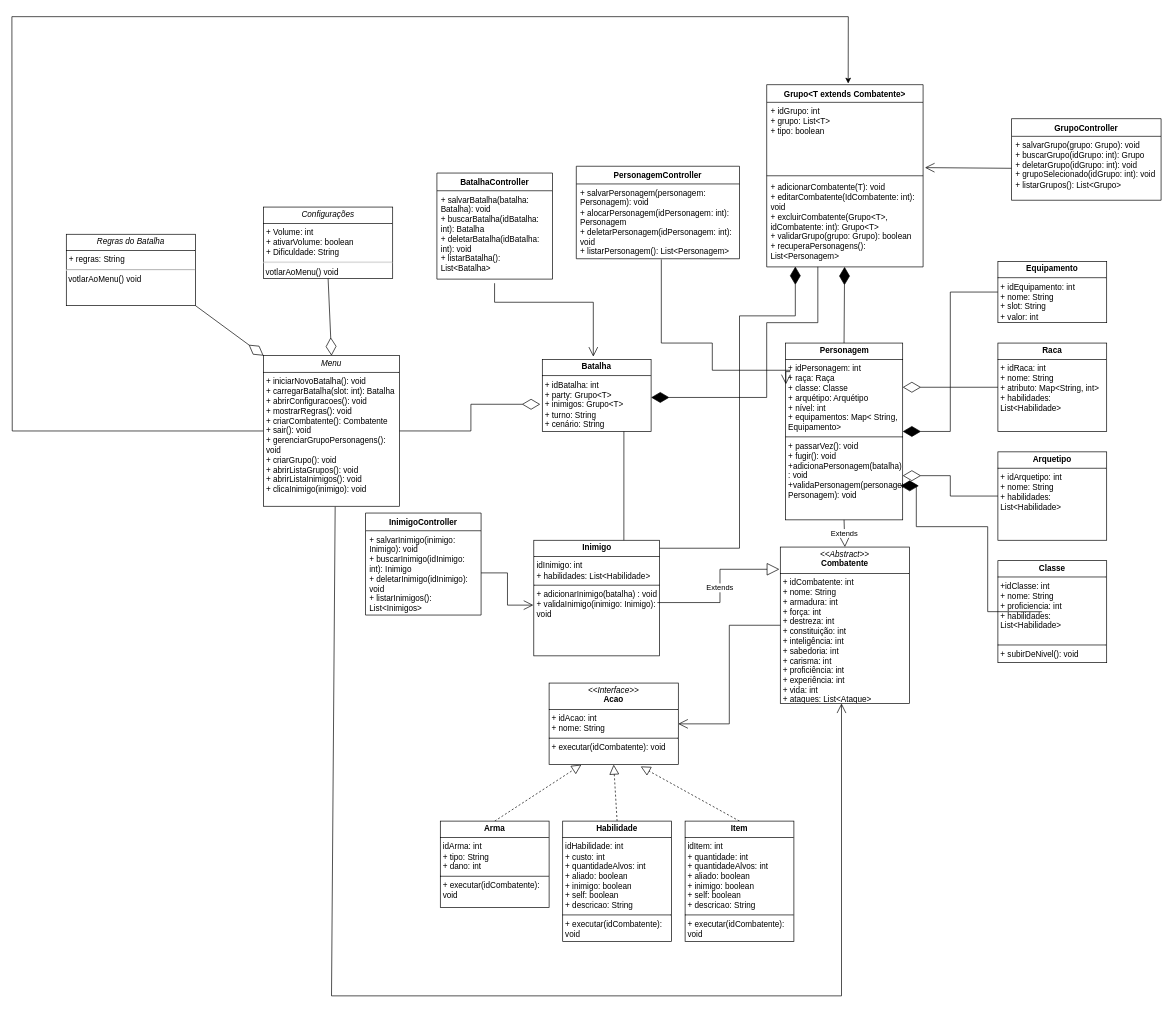
Above: Diagramas - Entrega 1/Diagrama de Classes/Diagrama de Classes.drawio in vaniacourses/trabalho-pratico-time-rpg (draw.io), before the change. Source tidied: cells renumbered, new cells numbered last; positions are measured from the earlier drawing's top-left corner, leaving out a move shared by most shapes. Both pictures are drawn from the tidied source at 68%, with x=0, y=0 at pixel (12, 16).
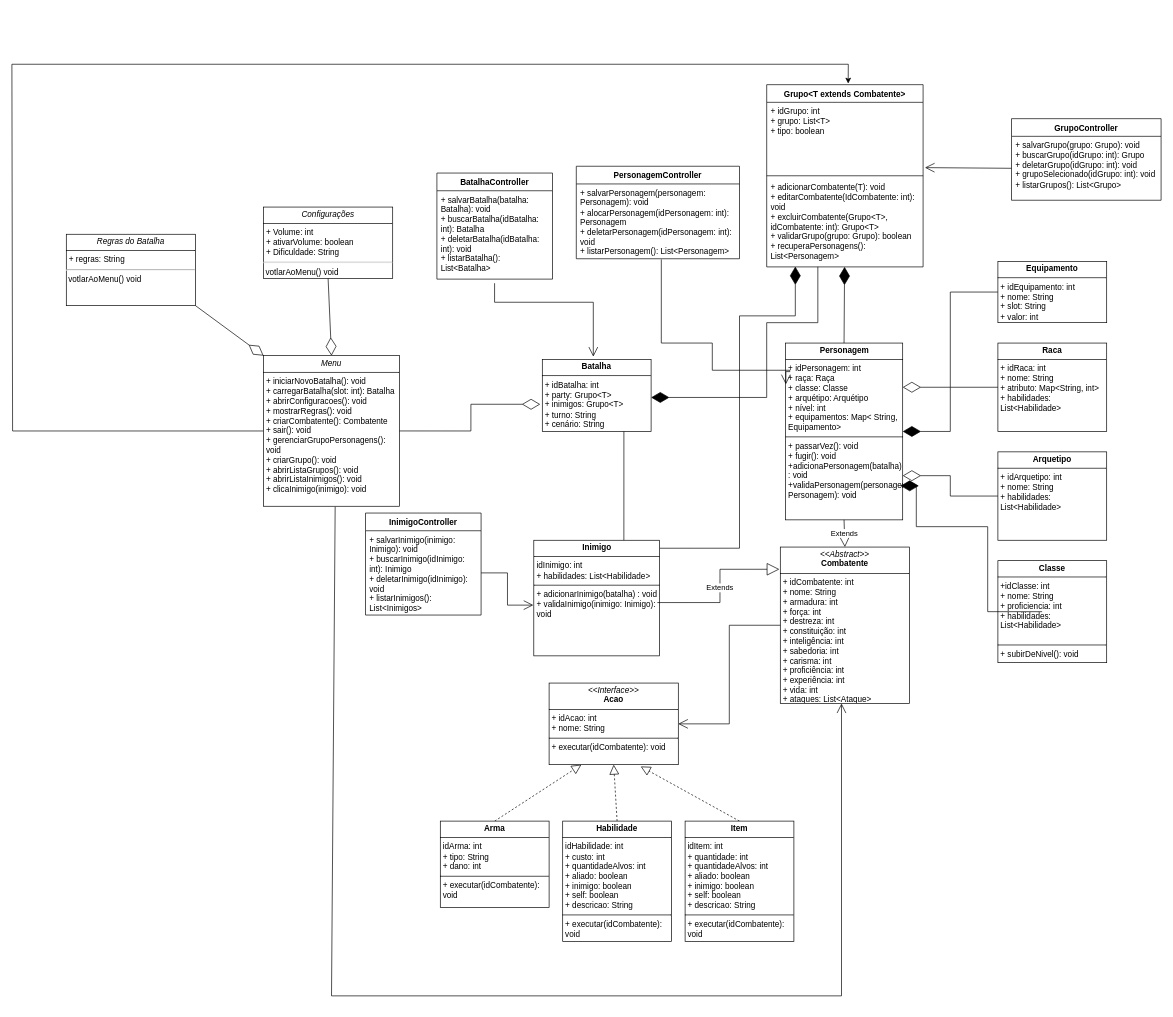
After the change.

The change refers to these unchanged cells:
```xml
<mxCell id="23" value="&lt;p style=&quot;margin:0px;margin-top:4px;text-align:center;&quot;&gt;&lt;i&gt;Menu&lt;/i&gt;&lt;/p&gt;&lt;hr size=&quot;1&quot; style=&quot;border-style:solid;&quot;&gt;&lt;p style=&quot;margin:0px;margin-left:4px;&quot;&gt;+ iniciarNovoBatalha(): void&amp;nbsp; &amp;nbsp; &amp;nbsp; &amp;nbsp;&lt;/p&gt;&lt;p style=&quot;margin:0px;margin-left:4px;&quot;&gt;+ carregarBatalha(slot: int): Batalha&lt;/p&gt;&lt;p style=&quot;margin:0px;margin-left:4px;&quot;&gt;+ abrirConfiguracoes(): void&amp;nbsp;&lt;/p&gt;&lt;p style=&quot;margin:0px;margin-left:4px;&quot;&gt;+ mostrarRegras(): void&lt;/p&gt;&lt;p style=&quot;margin:0px;margin-left:4px;&quot;&gt;+ criarCombatente(): Combatente&lt;/p&gt;&lt;p style=&quot;margin:0px;margin-left:4px;&quot;&gt;+ sair(): void&lt;/p&gt;&lt;p style=&quot;margin:0px;margin-left:4px;&quot;&gt;+ gerenciarGrupoPersonagens(): void&lt;/p&gt;&lt;p style=&quot;margin:0px;margin-left:4px;&quot;&gt;+ criarGrupo(): void&lt;/p&gt;&lt;p style=&quot;margin:0px;margin-left:4px;&quot;&gt;+ abrirListaGrupos(): void&lt;/p&gt;&lt;p style=&quot;margin:0px;margin-left:4px;&quot;&gt;+ abrirListaInimigos(): void&lt;/p&gt;&lt;p style=&quot;margin:0px;margin-left:4px;&quot;&gt;+ clicaInimigo(inimigo): void&lt;/p&gt;" style="verticalAlign=top;align=left;overflow=fill;html=1;whiteSpace=wrap;" parent="1" vertex="1">
  <mxGeometry x="370" y="498.5" width="200" height="221.5" as="geometry" />
</mxCell>
<mxCell id="32" value="Grupo&amp;lt;T extends Combatente&amp;gt;" style="swimlane;fontStyle=1;align=center;verticalAlign=top;horizontal=1;startSize=26;whiteSpace=wrap;html=1;" parent="1" vertex="1">
  <mxGeometry x="1110" y="100" width="230" height="268" as="geometry" />
</mxCell>
```

Diff of the diagram source:
```diff
@@
     <mxCell id="22" style="edgeStyle=orthogonalEdgeStyle;rounded=0;jettySize=auto;html=1;endArrow=none;startFill=0;" parent="1" edge="1" source="23">
       <mxGeometry relative="1" as="geometry">
-        <mxPoint as="targetPoint" />
+        <mxPoint y="70" as="targetPoint" />
+        <Array as="points">
+          <mxPoint x="1" y="609" />
+          <mxPoint x="1" y="70" />
+        </Array>
       </mxGeometry>
     </mxCell>
@@
-    <mxCell id="37" style="endArrow=none;html=1;rounded=0;startFill=0;" parent="1" edge="1">
+    <mxCell id="37" style="endArrow=none;html=1;rounded=0;startFill=0;edgeStyle=orthogonalEdgeStyle;" parent="1" edge="1">
       <mxGeometry relative="1" as="geometry">
-        <mxPoint as="sourcePoint" />
-        <mxPoint x="1230" as="targetPoint" />
+        <mxPoint y="70" as="sourcePoint" />
+        <mxPoint x="1230" y="70" as="targetPoint" />
+        <Array as="points">
+          <mxPoint y="70" />
+        </Array>
       </mxGeometry>
     </mxCell>
     <mxCell id="38" style="endArrow=classic;html=1;rounded=0;entryX=0.521;entryY=-0.006;entryDx=0;entryDy=0;entryPerimeter=0;" parent="1" edge="1" target="32">
       <mxGeometry relative="1" as="geometry">
-        <mxPoint x="1230" as="sourcePoint" />
+        <mxPoint x="1230" y="70" as="sourcePoint" />
       </mxGeometry>
     </mxCell>
```
